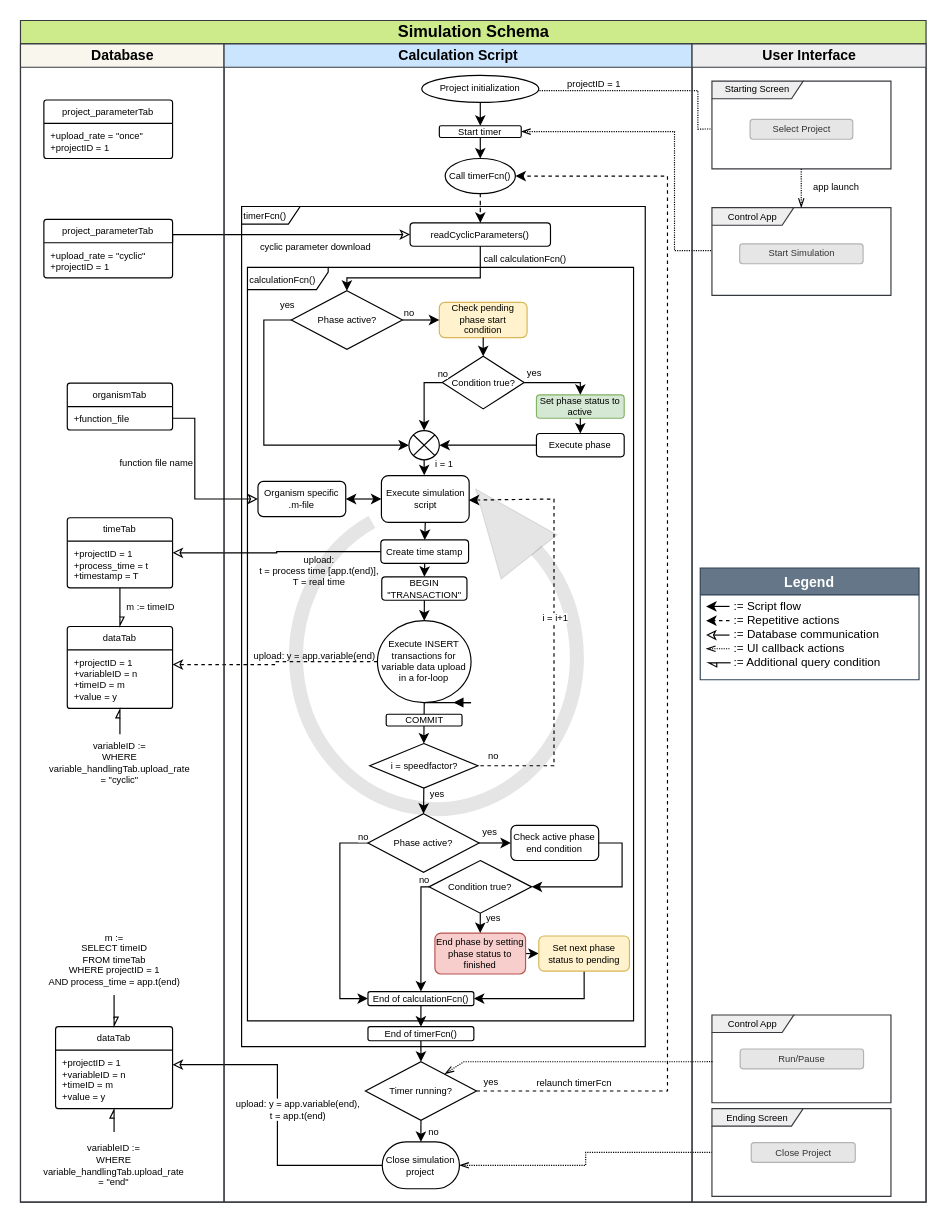
Before: ProcessCycle.drawio in Yumatlab/bioprocesssimulation, a draw.io diagram. Source tidied: cells renumbered, new cells numbered last; positions are measured from the earlier drawing's top-left corner, leaving out a move shared by most shapes. Both pictures are drawn from the tidied source at 117%, with x=0, y=0 at pixel (20, 20).
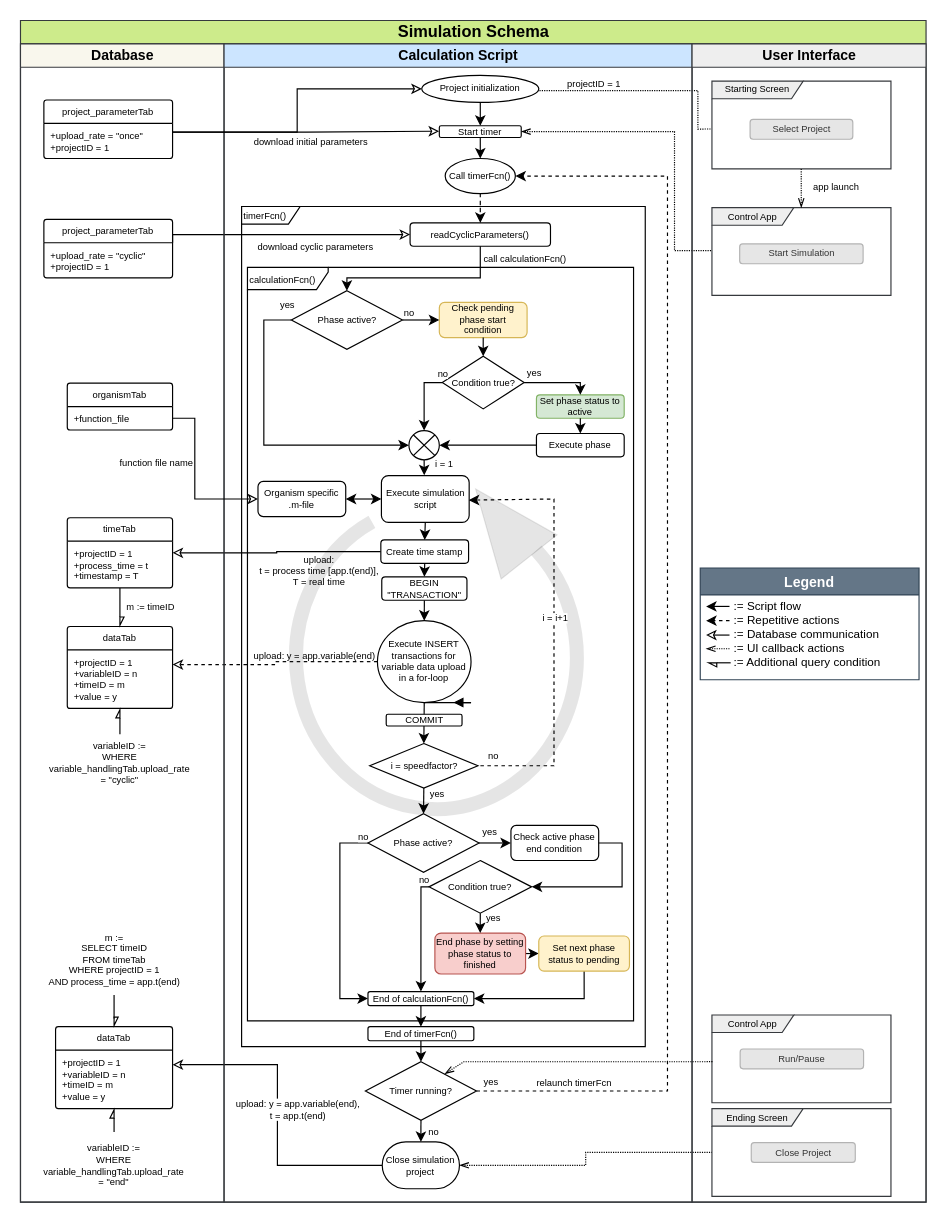
After the change.

The change refers to these unchanged cells:
```xml
<mxCell id="4" value="&lt;font style=&quot;font-size: 14px;&quot;&gt;Simulation Schema&lt;/font&gt;" style="swimlane;startSize=20;html=1;horizontal=1;fillColor=#cdeb8b;strokeColor=#36393d;" parent="1" vertex="1">
  <mxGeometry width="774" height="1010" as="geometry" />
</mxCell>
<mxCell id="7" value="&lt;font style=&quot;font-size: 8px;&quot;&gt;+upload_rate = &quot;once&quot;&lt;br style=&quot;font-size: 8px;&quot;&gt;&lt;/font&gt;&lt;div style=&quot;font-size: 8px;&quot;&gt;&lt;font style=&quot;font-size: 8px;&quot;&gt;+projectID = 1&lt;/font&gt;&lt;/div&gt;" style="align=left;strokeColor=none;fillColor=none;spacingLeft=4;fontSize=8;verticalAlign=top;html=1;" parent="6" vertex="1">
  <mxGeometry y="20" width="110" height="30" as="geometry" />
</mxCell>
<mxCell id="31" style="edgeStyle=orthogonalEdgeStyle;rounded=0;jettySize=auto;html=1;exitX=1;exitY=0;exitDx=0;exitDy=0;endArrow=classic;endFill=0;fontSize=8;entryX=0;entryY=0.5;entryDx=0;entryDy=0;" parent="4" edge="1" source="9" target="43">
  <mxGeometry relative="1" as="geometry">
    <Array as="points">
      <mxPoint x="130" y="183" />
    </Array>
  </mxGeometry>
</mxCell>
<mxCell id="38" value="&lt;font style=&quot;font-size: 8px;&quot;&gt;Project initialization&lt;/font&gt;" style="strokeWidth=1;html=1;shape=mxgraph.flowchart.start_1;whiteSpace=wrap;fontSize=8;" parent="35" vertex="1">
  <mxGeometry x="169" y="26.9" width="100" height="23.1" as="geometry" />
</mxCell>
<mxCell id="42" value="Start timer" style="rounded=1;whiteSpace=wrap;html=1;fontSize=8;" parent="35" vertex="1">
  <mxGeometry x="184" y="70" width="70" height="10" as="geometry" />
</mxCell>
```

Diff of the diagram source:
```diff
@@
-    <mxCell id="32" value="cyclic parameter download" style="edgeLabel;html=1;align=center;verticalAlign=middle;fontSize=8;" parent="31" vertex="1">
+    <mxCell id="32" value="download cyclic parameters" style="edgeLabel;html=1;align=center;verticalAlign=middle;fontSize=8;" parent="31" vertex="1">
       <mxGeometry x="0.08" y="1" relative="1" as="geometry">
         <mxPoint x="15" y="11" as="offset" />
       </mxGeometry>
     </mxCell>
@@
+    <mxCell id="136" style="edgeStyle=orthogonalEdgeStyle;rounded=0;jettySize=auto;html=1;exitX=1;exitY=0.25;exitDx=0;exitDy=0;entryX=0;entryY=0.5;entryDx=0;entryDy=0;entryPerimeter=0;endArrow=classic;endFill=0;" parent="4" edge="1" source="7" target="38">
+      <mxGeometry relative="1" as="geometry" />
+    </mxCell>
+    <mxCell id="137" style="edgeStyle=orthogonalEdgeStyle;rounded=0;jettySize=auto;html=1;exitX=1;exitY=0.25;exitDx=0;exitDy=0;entryX=-0.003;entryY=0.462;entryDx=0;entryDy=0;entryPerimeter=0;endArrow=classic;endFill=0;" parent="4" edge="1" source="7" target="42">
+      <mxGeometry relative="1" as="geometry" />
+    </mxCell>
+    <mxCell id="138" value="&lt;font style=&quot;font-size: 8px;&quot;&gt;download initial parameters&lt;/font&gt;" style="edgeLabel;html=1;align=center;verticalAlign=middle;" parent="137" vertex="1">
+      <mxGeometry x="-0.2" relative="1" as="geometry">
+        <mxPoint x="26" y="7" as="offset" />
+      </mxGeometry>
+    </mxCell>
```
